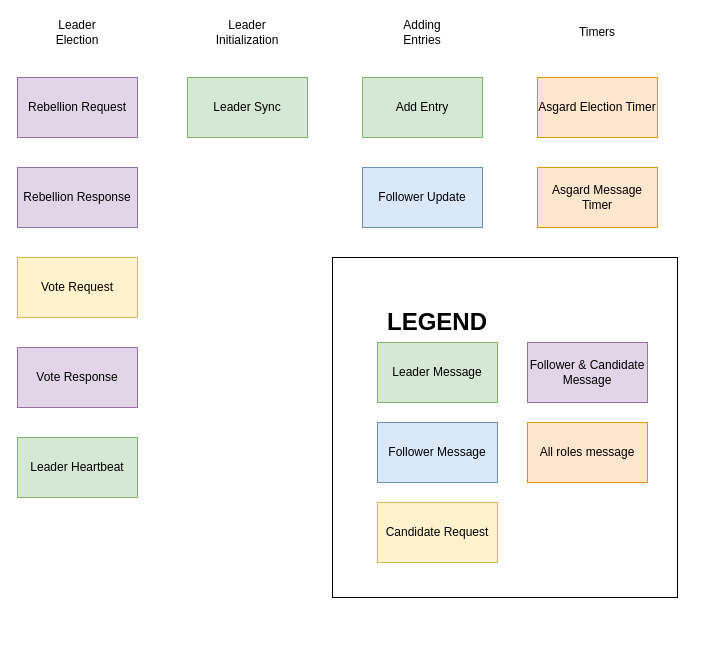
This is page "Asgardian Messages" (2 of 4) of docs/arch.drawio from sarin1991/asgard, a draw.io file, before an edit. Source tidied: cells renumbered, new cells numbered last; positions are measured from the earlier drawing's top-left corner, leaving out a move shared by most shapes. Both pictures are drawn from the tidied source at 100%, with x=0, y=0 at pixel (17, 17).
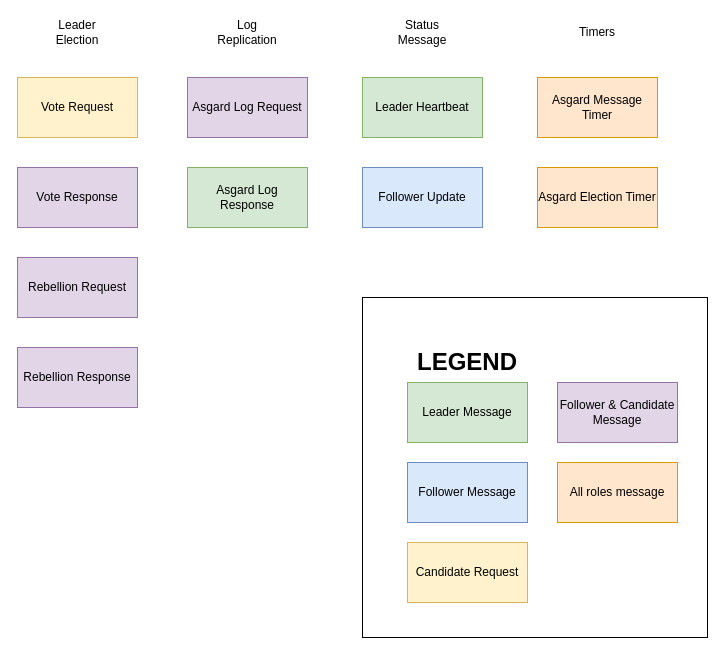
The same diagram, later.

Commit message (it also covers changes not shown here):
Updating asgard docs to add in Follower unitialized

The edit, as a diff of the source:
```diff
@@
     <mxCell id="2" style="rounded=0;whiteSpace=wrap;html=1;fontSize=24;fillColor=#FFFFFF;" parent="1" vertex="1">
-      <mxGeometry x="315" y="240" width="345" height="340" as="geometry" />
+      <mxGeometry x="345" y="280" width="345" height="340" as="geometry" />
     </mxCell>
     <mxCell id="3" value="Rebellion Request" style="rounded=0;whiteSpace=wrap;html=1;fillColor=#e1d5e7;strokeColor=#9673a6;" parent="1" vertex="1">
-      <mxGeometry y="60" width="120" height="60" as="geometry" />
+      <mxGeometry y="240" width="120" height="60" as="geometry" />
     </mxCell>
@@
-    <mxCell id="5" value="Adding Entries" style="text;html=1;strokeColor=none;fillColor=none;align=center;verticalAlign=middle;whiteSpace=wrap;rounded=0;" parent="1" vertex="1">
+    <mxCell id="5" value="Status Message" style="text;html=1;strokeColor=none;fillColor=none;align=center;verticalAlign=middle;whiteSpace=wrap;rounded=0;" parent="1" vertex="1">
       <mxGeometry x="375" width="60" height="30" as="geometry" />
     </mxCell>
@@
     <mxCell id="7" value="Rebellion Response" style="rounded=0;whiteSpace=wrap;html=1;fillColor=#e1d5e7;strokeColor=#9673a6;" parent="1" vertex="1">
-      <mxGeometry y="150" width="120" height="60" as="geometry" />
+      <mxGeometry y="330" width="120" height="60" as="geometry" />
     </mxCell>
     <mxCell id="8" value="Vote Request" style="rounded=0;whiteSpace=wrap;html=1;fillColor=#fff2cc;strokeColor=#d6b656;" parent="1" vertex="1">
-      <mxGeometry y="240" width="120" height="60" as="geometry" />
+      <mxGeometry y="60" width="120" height="60" as="geometry" />
     </mxCell>
     <mxCell id="9" value="Vote Response" style="rounded=0;whiteSpace=wrap;html=1;fillColor=#e1d5e7;strokeColor=#9673a6;" parent="1" vertex="1">
-      <mxGeometry y="330" width="120" height="60" as="geometry" />
+      <mxGeometry y="150" width="120" height="60" as="geometry" />
     </mxCell>
     <mxCell id="10" value="Leader Heartbeat" style="rounded=0;whiteSpace=wrap;html=1;fillColor=#d5e8d4;strokeColor=#82b366;" parent="1" vertex="1">
-      <mxGeometry y="420" width="120" height="60" as="geometry" />
+      <mxGeometry x="345" y="60" width="120" height="60" as="geometry" />
     </mxCell>
-    <mxCell id="11" value="Add Entry" style="rounded=0;whiteSpace=wrap;html=1;fillColor=#d5e8d4;strokeColor=#82b366;" parent="1" vertex="1">
-      <mxGeometry x="345" y="60" width="120" height="60" as="geometry" />
-    </mxCell>
@@
     <mxCell id="13" value="Asgard Election Timer" style="rounded=0;whiteSpace=wrap;html=1;fillColor=#ffe6cc;strokeColor=#d79b00;" parent="1" vertex="1">
-      <mxGeometry x="520" y="60" width="120" height="60" as="geometry" />
+      <mxGeometry x="520" y="150" width="120" height="60" as="geometry" />
     </mxCell>
     <mxCell id="14" value="Asgard Message Timer" style="rounded=0;whiteSpace=wrap;html=1;fillColor=#ffe6cc;strokeColor=#d79b00;" parent="1" vertex="1">
-      <mxGeometry x="520" y="150" width="120" height="60" as="geometry" />
+      <mxGeometry x="520" y="60" width="120" height="60" as="geometry" />
     </mxCell>
-    <mxCell id="15" value="Leader Initialization" style="text;html=1;strokeColor=none;fillColor=none;align=center;verticalAlign=middle;whiteSpace=wrap;rounded=0;" parent="1" vertex="1">
+    <mxCell id="15" value="Log Replication" style="text;html=1;strokeColor=none;fillColor=none;align=center;verticalAlign=middle;whiteSpace=wrap;rounded=0;" parent="1" vertex="1">
       <mxGeometry x="200" width="60" height="30" as="geometry" />
     </mxCell>
-    <mxCell id="16" value="Leader Sync" style="rounded=0;whiteSpace=wrap;html=1;fillColor=#d5e8d4;strokeColor=#82b366;" parent="1" vertex="1">
-      <mxGeometry x="170" y="60" width="120" height="60" as="geometry" />
-    </mxCell>
     <mxCell id="17" value="&lt;font style=&quot;font-size: 24px;&quot;&gt;&lt;b&gt;LEGEND&lt;/b&gt;&lt;/font&gt;" style="text;html=1;strokeColor=none;fillColor=none;align=center;verticalAlign=middle;whiteSpace=wrap;rounded=0;" parent="1" vertex="1">
-      <mxGeometry x="390" y="290" width="60" height="30" as="geometry" />
+      <mxGeometry x="420" y="330" width="60" height="30" as="geometry" />
     </mxCell>
     <mxCell id="18" value="Follower Message" style="rounded=0;whiteSpace=wrap;html=1;fillColor=#dae8fc;strokeColor=#6c8ebf;" parent="1" vertex="1">
-      <mxGeometry x="360" y="405" width="120" height="60" as="geometry" />
+      <mxGeometry x="390" y="445" width="120" height="60" as="geometry" />
     </mxCell>
     <mxCell id="19" value="Candidate Request" style="rounded=0;whiteSpace=wrap;html=1;fillColor=#fff2cc;strokeColor=#d6b656;" parent="1" vertex="1">
-      <mxGeometry x="360" y="485" width="120" height="60" as="geometry" />
+      <mxGeometry x="390" y="525" width="120" height="60" as="geometry" />
     </mxCell>
     <mxCell id="20" value="Follower &amp;amp; Candidate Message" style="rounded=0;whiteSpace=wrap;html=1;fillColor=#e1d5e7;strokeColor=#9673a6;" parent="1" vertex="1">
-      <mxGeometry x="510" y="325" width="120" height="60" as="geometry" />
+      <mxGeometry x="540" y="365" width="120" height="60" as="geometry" />
     </mxCell>
     <mxCell id="21" value="All roles message" style="rounded=0;whiteSpace=wrap;html=1;fillColor=#ffe6cc;strokeColor=#d79b00;" parent="1" vertex="1">
-      <mxGeometry x="510" y="405" width="120" height="60" as="geometry" />
+      <mxGeometry x="540" y="445" width="120" height="60" as="geometry" />
     </mxCell>
     <mxCell id="22" value="Leader Message" style="rounded=0;whiteSpace=wrap;html=1;fillColor=#d5e8d4;strokeColor=#82b366;" parent="1" vertex="1">
-      <mxGeometry x="360" y="325" width="120" height="60" as="geometry" />
+      <mxGeometry x="390" y="365" width="120" height="60" as="geometry" />
     </mxCell>
+    <mxCell id="23" value="Asgard Log Response" style="rounded=0;whiteSpace=wrap;html=1;fillColor=#d5e8d4;strokeColor=#82b366;" parent="1" vertex="1">
+      <mxGeometry x="170" y="150" width="120" height="60" as="geometry" />
+    </mxCell>
+    <mxCell id="24" value="Asgard Log Request" style="rounded=0;whiteSpace=wrap;html=1;fillColor=#e1d5e7;strokeColor=#9673a6;" parent="1" vertex="1">
+      <mxGeometry x="170" y="60" width="120" height="60" as="geometry" />
+    </mxCell>
```
